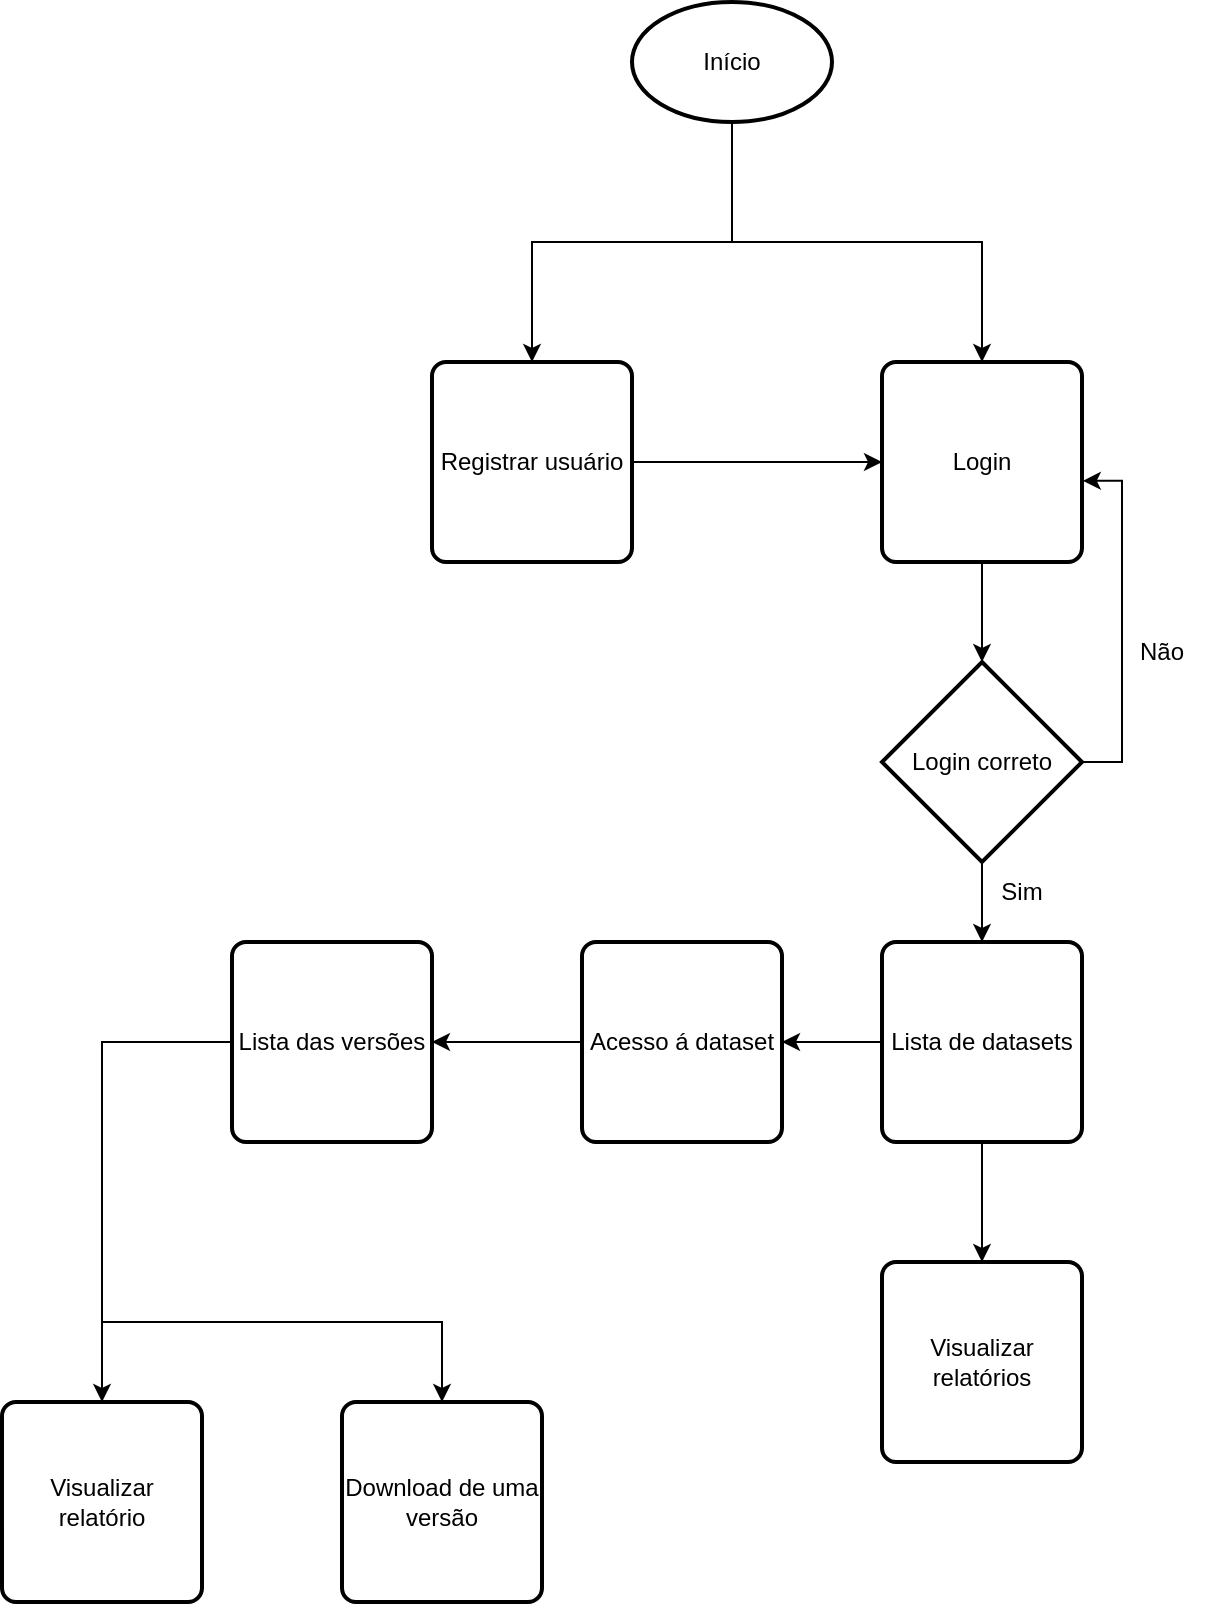
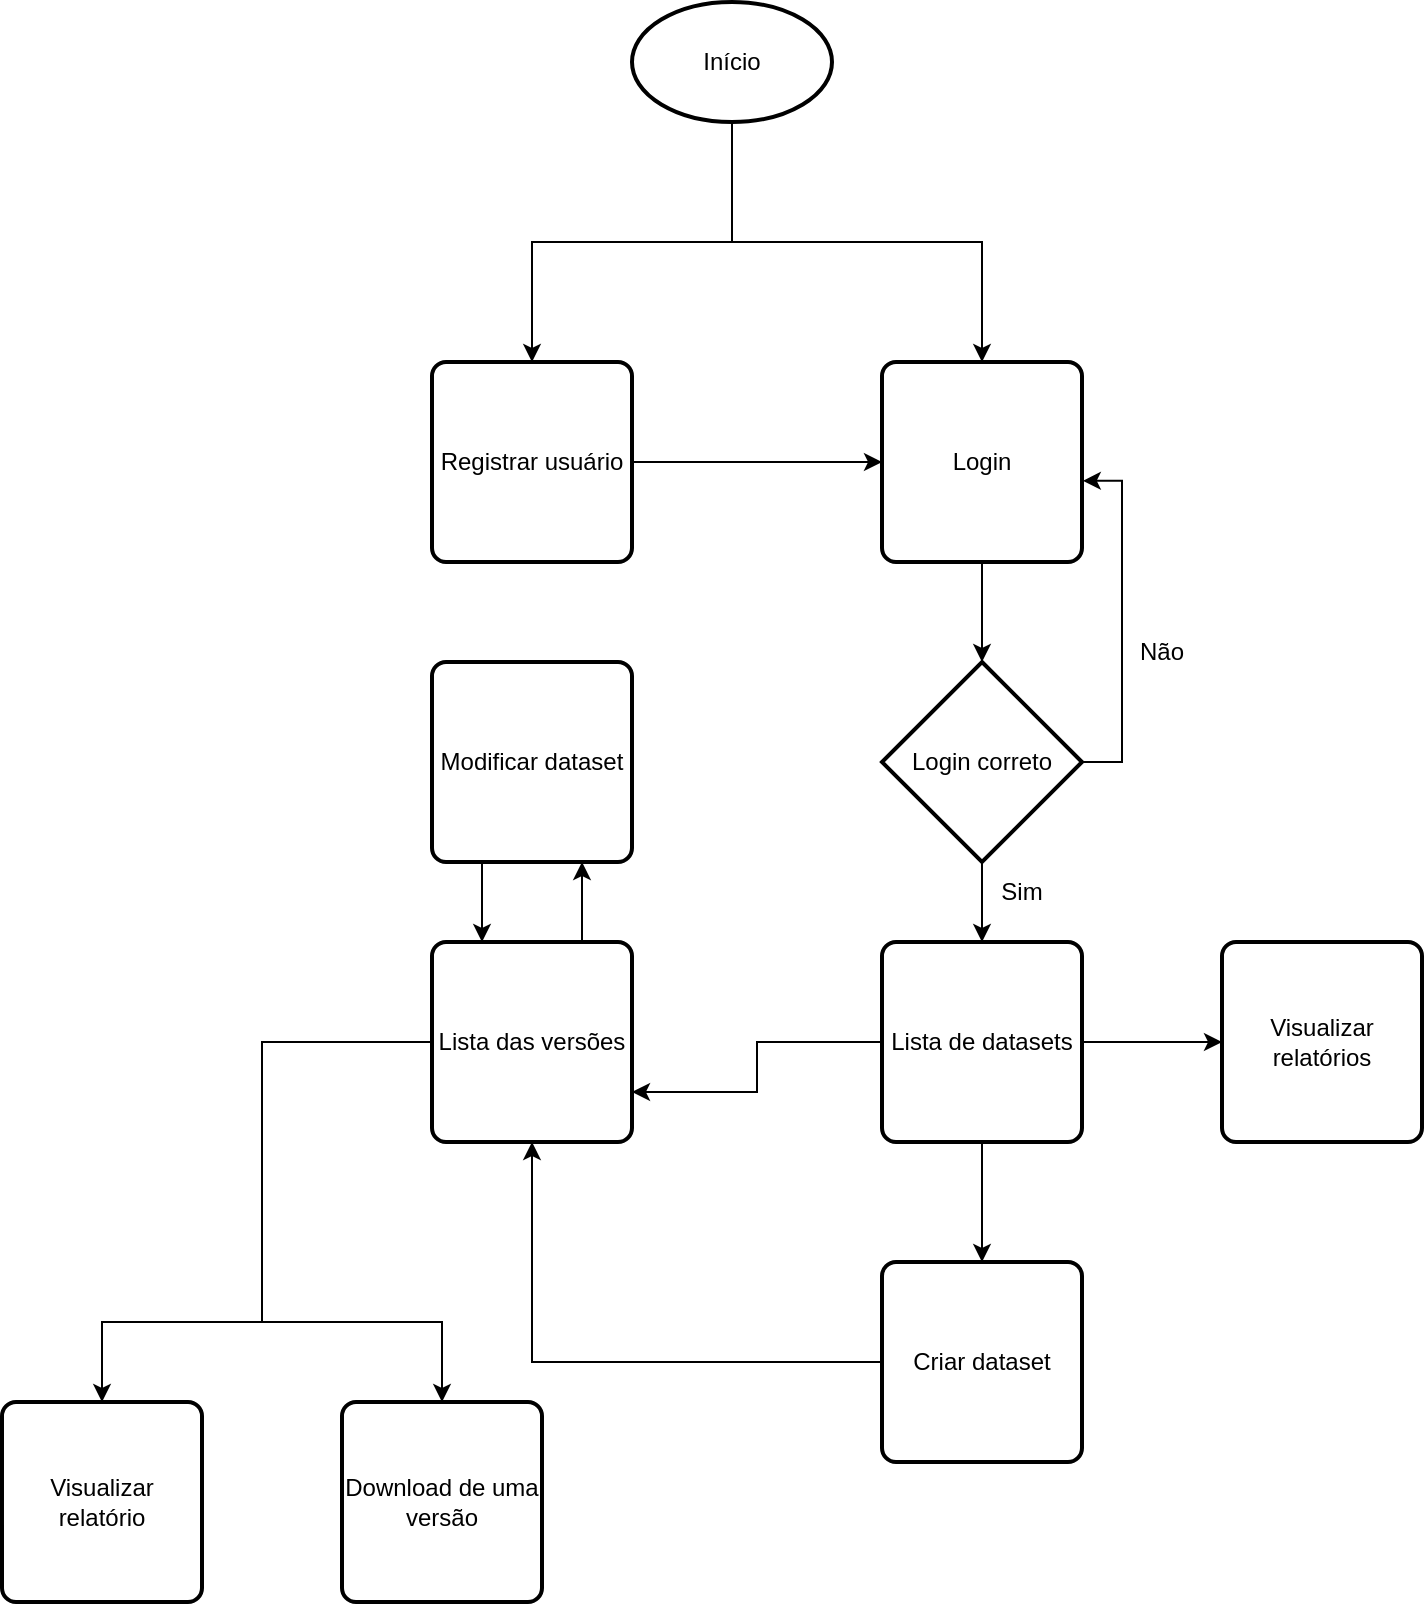
<mxfile host="app.diagrams.net">
  <diagram name="Page-1" id="smOa52slI5ZqF6RiurU2">
-     <mxGraphModel dx="1408" dy="881" grid="1" gridSize="10" guides="1" tooltips="1" connect="1" arrows="1" fold="1" page="1" pageScale="1" pageWidth="850" pageHeight="1100" math="0" shadow="0">
+     <mxGraphModel dx="1647" dy="881" grid="1" gridSize="10" guides="1" tooltips="1" connect="1" arrows="1" fold="1" page="1" pageScale="1" pageWidth="850" pageHeight="1100" math="0" shadow="0">
      <root>
        <mxCell id="0" />
        <mxCell id="1" parent="0" />
        <mxCell id="vaFBhPBKwVIR6USS_Fe7-2" edge="1" parent="1" source="vaFBhPBKwVIR6USS_Fe7-1" style="edgeStyle=orthogonalEdgeStyle;rounded=0;orthogonalLoop=1;jettySize=auto;html=1;entryX=0.5;entryY=0;entryDx=0;entryDy=0;" target="vaFBhPBKwVIR6USS_Fe7-3">
          <mxGeometry relative="1" as="geometry">
            <mxPoint x="340" y="160" as="targetPoint" />
          </mxGeometry>
        </mxCell>
        <mxCell id="vaFBhPBKwVIR6USS_Fe7-5" edge="1" parent="1" source="vaFBhPBKwVIR6USS_Fe7-1" style="edgeStyle=orthogonalEdgeStyle;rounded=0;orthogonalLoop=1;jettySize=auto;html=1;" target="vaFBhPBKwVIR6USS_Fe7-4">
          <mxGeometry relative="1" as="geometry">
            <Array as="points">
              <mxPoint x="425" y="140" />
              <mxPoint x="550" y="140" />
            </Array>
          </mxGeometry>
        </mxCell>
        <mxCell id="vaFBhPBKwVIR6USS_Fe7-1" parent="1" style="strokeWidth=2;html=1;shape=mxgraph.flowchart.start_1;whiteSpace=wrap;" value="Início" vertex="1">
          <mxGeometry height="60" width="100" x="375" y="20" as="geometry" />
        </mxCell>
        <mxCell id="vaFBhPBKwVIR6USS_Fe7-6" edge="1" parent="1" source="vaFBhPBKwVIR6USS_Fe7-3" style="edgeStyle=orthogonalEdgeStyle;rounded=0;orthogonalLoop=1;jettySize=auto;html=1;entryX=0;entryY=0.5;entryDx=0;entryDy=0;" target="vaFBhPBKwVIR6USS_Fe7-4">
          <mxGeometry relative="1" as="geometry" />
        </mxCell>
        <mxCell id="vaFBhPBKwVIR6USS_Fe7-3" parent="1" style="rounded=1;whiteSpace=wrap;html=1;absoluteArcSize=1;arcSize=14;strokeWidth=2;" value="Registrar usuário" vertex="1">
          <mxGeometry height="100" width="100" x="275" y="200" as="geometry" />
        </mxCell>
        <mxCell id="vaFBhPBKwVIR6USS_Fe7-8" edge="1" parent="1" source="vaFBhPBKwVIR6USS_Fe7-4" style="edgeStyle=orthogonalEdgeStyle;rounded=0;orthogonalLoop=1;jettySize=auto;html=1;" target="vaFBhPBKwVIR6USS_Fe7-7">
          <mxGeometry relative="1" as="geometry" />
        </mxCell>
        <mxCell id="vaFBhPBKwVIR6USS_Fe7-4" parent="1" style="rounded=1;whiteSpace=wrap;html=1;absoluteArcSize=1;arcSize=14;strokeWidth=2;" value="Login" vertex="1">
          <mxGeometry height="100" width="100" x="500" y="200" as="geometry" />
        </mxCell>
        <mxCell id="vaFBhPBKwVIR6USS_Fe7-11" edge="1" parent="1" source="vaFBhPBKwVIR6USS_Fe7-7" style="edgeStyle=orthogonalEdgeStyle;rounded=0;orthogonalLoop=1;jettySize=auto;html=1;" target="vaFBhPBKwVIR6USS_Fe7-10">
          <mxGeometry relative="1" as="geometry" />
        </mxCell>
        <mxCell id="vaFBhPBKwVIR6USS_Fe7-7" parent="1" style="strokeWidth=2;html=1;shape=mxgraph.flowchart.decision;whiteSpace=wrap;" value="Login correto" vertex="1">
          <mxGeometry height="100" width="100" x="500" y="350" as="geometry" />
        </mxCell>
        <mxCell id="vaFBhPBKwVIR6USS_Fe7-9" edge="1" parent="1" source="vaFBhPBKwVIR6USS_Fe7-7" style="edgeStyle=orthogonalEdgeStyle;rounded=0;orthogonalLoop=1;jettySize=auto;html=1;entryX=1.004;entryY=0.594;entryDx=0;entryDy=0;entryPerimeter=0;" target="vaFBhPBKwVIR6USS_Fe7-4">
          <mxGeometry relative="1" as="geometry">
            <Array as="points">
              <mxPoint x="620" y="400" />
              <mxPoint x="620" y="259" />
            </Array>
          </mxGeometry>
        </mxCell>
-         <mxCell id="vaFBhPBKwVIR6USS_Fe7-14" edge="1" parent="1" source="vaFBhPBKwVIR6USS_Fe7-10" style="edgeStyle=orthogonalEdgeStyle;rounded=0;orthogonalLoop=1;jettySize=auto;html=1;" target="vaFBhPBKwVIR6USS_Fe7-12">
+         <mxCell id="vaFBhPBKwVIR6USS_Fe7-14" edge="1" parent="1" source="vaFBhPBKwVIR6USS_Fe7-10" style="edgeStyle=orthogonalEdgeStyle;rounded=0;orthogonalLoop=1;jettySize=auto;html=1;entryX=1;entryY=0.75;entryDx=0;entryDy=0;" target="vaFBhPBKwVIR6USS_Fe7-17">
+           <mxGeometry relative="1" as="geometry">
+             <mxPoint x="450" y="540" as="targetPoint" />
+           </mxGeometry>
+         </mxCell>
+         <mxCell id="vaFBhPBKwVIR6USS_Fe7-27" edge="1" parent="1" source="vaFBhPBKwVIR6USS_Fe7-10" style="edgeStyle=orthogonalEdgeStyle;rounded=0;orthogonalLoop=1;jettySize=auto;html=1;" target="vaFBhPBKwVIR6USS_Fe7-26">
          <mxGeometry relative="1" as="geometry" />
        </mxCell>
-         <mxCell id="vaFBhPBKwVIR6USS_Fe7-27" edge="1" parent="1" source="vaFBhPBKwVIR6USS_Fe7-10" style="edgeStyle=orthogonalEdgeStyle;rounded=0;orthogonalLoop=1;jettySize=auto;html=1;" target="vaFBhPBKwVIR6USS_Fe7-26">
+         <mxCell id="el3uKG6jFris9HS7n5s3-2" edge="1" parent="1" source="vaFBhPBKwVIR6USS_Fe7-10" style="edgeStyle=orthogonalEdgeStyle;rounded=0;orthogonalLoop=1;jettySize=auto;html=1;" target="el3uKG6jFris9HS7n5s3-1">
          <mxGeometry relative="1" as="geometry" />
        </mxCell>
        <mxCell id="vaFBhPBKwVIR6USS_Fe7-10" parent="1" style="rounded=1;whiteSpace=wrap;html=1;absoluteArcSize=1;arcSize=14;strokeWidth=2;" value="Lista de datasets" vertex="1">
          <mxGeometry height="100" width="100" x="500" y="490" as="geometry" />
        </mxCell>
-         <mxCell id="vaFBhPBKwVIR6USS_Fe7-15" edge="1" parent="1" source="vaFBhPBKwVIR6USS_Fe7-12" style="edgeStyle=orthogonalEdgeStyle;rounded=0;orthogonalLoop=1;jettySize=auto;html=1;" target="vaFBhPBKwVIR6USS_Fe7-17">
+         <mxCell id="vaFBhPBKwVIR6USS_Fe7-22" edge="1" parent="1" source="vaFBhPBKwVIR6USS_Fe7-17" style="edgeStyle=orthogonalEdgeStyle;rounded=0;orthogonalLoop=1;jettySize=auto;html=1;" target="vaFBhPBKwVIR6USS_Fe7-20">
          <mxGeometry relative="1" as="geometry">
-             <mxPoint x="320" y="540" as="targetPoint" />
+             <Array as="points">
+               <mxPoint x="190" y="540" />
+               <mxPoint x="190" y="680" />
+               <mxPoint x="110" y="680" />
+             </Array>
          </mxGeometry>
-         </mxCell>
-         <mxCell id="vaFBhPBKwVIR6USS_Fe7-12" parent="1" style="rounded=1;whiteSpace=wrap;html=1;absoluteArcSize=1;arcSize=14;strokeWidth=2;" value="Acesso á dataset" vertex="1">
-           <mxGeometry height="100" width="100" x="350" y="490" as="geometry" />
-         </mxCell>
-         <mxCell id="vaFBhPBKwVIR6USS_Fe7-22" edge="1" parent="1" source="vaFBhPBKwVIR6USS_Fe7-17" style="edgeStyle=orthogonalEdgeStyle;rounded=0;orthogonalLoop=1;jettySize=auto;html=1;" target="vaFBhPBKwVIR6USS_Fe7-20">
-           <mxGeometry relative="1" as="geometry" />
        </mxCell>
        <mxCell id="vaFBhPBKwVIR6USS_Fe7-23" edge="1" parent="1" source="vaFBhPBKwVIR6USS_Fe7-17" style="edgeStyle=orthogonalEdgeStyle;rounded=0;orthogonalLoop=1;jettySize=auto;html=1;" target="vaFBhPBKwVIR6USS_Fe7-19">
          <mxGeometry relative="1" as="geometry">
            <Array as="points">
-               <mxPoint x="110" y="680" />
+               <mxPoint x="190" y="540" />
+               <mxPoint x="190" y="680" />
              <mxPoint x="280" y="680" />
            </Array>
          </mxGeometry>
        </mxCell>
+         <mxCell id="el3uKG6jFris9HS7n5s3-8" edge="1" parent="1" source="vaFBhPBKwVIR6USS_Fe7-17" style="edgeStyle=orthogonalEdgeStyle;rounded=0;orthogonalLoop=1;jettySize=auto;html=1;entryX=0.75;entryY=1;entryDx=0;entryDy=0;" target="el3uKG6jFris9HS7n5s3-4">
+           <mxGeometry relative="1" as="geometry">
+             <Array as="points">
+               <mxPoint x="350" y="480" />
+               <mxPoint x="350" y="480" />
+             </Array>
+           </mxGeometry>
+         </mxCell>
        <mxCell id="vaFBhPBKwVIR6USS_Fe7-17" parent="1" style="rounded=1;whiteSpace=wrap;html=1;absoluteArcSize=1;arcSize=14;strokeWidth=2;" value="Lista das versões" vertex="1">
-           <mxGeometry height="100" width="100" x="175" y="490" as="geometry" />
+           <mxGeometry height="100" width="100" x="275" y="490" as="geometry" />
        </mxCell>
        <mxCell id="vaFBhPBKwVIR6USS_Fe7-19" parent="1" style="rounded=1;whiteSpace=wrap;html=1;absoluteArcSize=1;arcSize=14;strokeWidth=2;" value="Download de uma versão" vertex="1">
          <mxGeometry height="100" width="100" x="230" y="720" as="geometry" />
        </mxCell>
        <mxCell id="vaFBhPBKwVIR6USS_Fe7-20" parent="1" style="rounded=1;whiteSpace=wrap;html=1;absoluteArcSize=1;arcSize=14;strokeWidth=2;" value="Visualizar relatório" vertex="1">
          <mxGeometry height="100" width="100" x="60" y="720" as="geometry" />
        </mxCell>
        <mxCell id="vaFBhPBKwVIR6USS_Fe7-24" parent="1" style="text;html=1;whiteSpace=wrap;strokeColor=none;fillColor=none;align=center;verticalAlign=middle;rounded=0;" value="Sim" vertex="1">
          <mxGeometry height="30" width="60" x="540" y="450" as="geometry" />
        </mxCell>
        <mxCell id="vaFBhPBKwVIR6USS_Fe7-25" parent="1" style="text;html=1;whiteSpace=wrap;strokeColor=none;fillColor=none;align=center;verticalAlign=middle;rounded=0;" value="Não" vertex="1">
          <mxGeometry height="30" width="60" x="610" y="330" as="geometry" />
        </mxCell>
        <mxCell id="vaFBhPBKwVIR6USS_Fe7-26" parent="1" style="rounded=1;whiteSpace=wrap;html=1;absoluteArcSize=1;arcSize=14;strokeWidth=2;" value="Visualizar relatórios" vertex="1">
+           <mxGeometry height="100" width="100" x="670" y="490" as="geometry" />
+         </mxCell>
+         <mxCell id="el3uKG6jFris9HS7n5s3-3" edge="1" parent="1" source="el3uKG6jFris9HS7n5s3-1" style="edgeStyle=orthogonalEdgeStyle;rounded=0;orthogonalLoop=1;jettySize=auto;html=1;entryX=0.5;entryY=1;entryDx=0;entryDy=0;" target="vaFBhPBKwVIR6USS_Fe7-17">
+           <mxGeometry relative="1" as="geometry">
+             <mxPoint x="400" y="590" as="targetPoint" />
+           </mxGeometry>
+         </mxCell>
+         <mxCell id="el3uKG6jFris9HS7n5s3-1" parent="1" style="rounded=1;whiteSpace=wrap;html=1;absoluteArcSize=1;arcSize=14;strokeWidth=2;" value="Criar dataset" vertex="1">
          <mxGeometry height="100" width="100" x="500" y="650" as="geometry" />
+         </mxCell>
+         <mxCell id="el3uKG6jFris9HS7n5s3-9" edge="1" parent="1" source="el3uKG6jFris9HS7n5s3-4" style="edgeStyle=orthogonalEdgeStyle;rounded=0;orthogonalLoop=1;jettySize=auto;html=1;entryX=0.25;entryY=0;entryDx=0;entryDy=0;" target="vaFBhPBKwVIR6USS_Fe7-17">
+           <mxGeometry relative="1" as="geometry">
+             <Array as="points">
+               <mxPoint x="300" y="460" />
+               <mxPoint x="300" y="460" />
+             </Array>
+           </mxGeometry>
+         </mxCell>
+         <mxCell id="el3uKG6jFris9HS7n5s3-4" parent="1" style="rounded=1;whiteSpace=wrap;html=1;absoluteArcSize=1;arcSize=14;strokeWidth=2;" value="Modificar dataset" vertex="1">
+           <mxGeometry height="100" width="100" x="275" y="350" as="geometry" />
        </mxCell>
      </root>
    </mxGraphModel>
  </diagram>
</mxfile>
